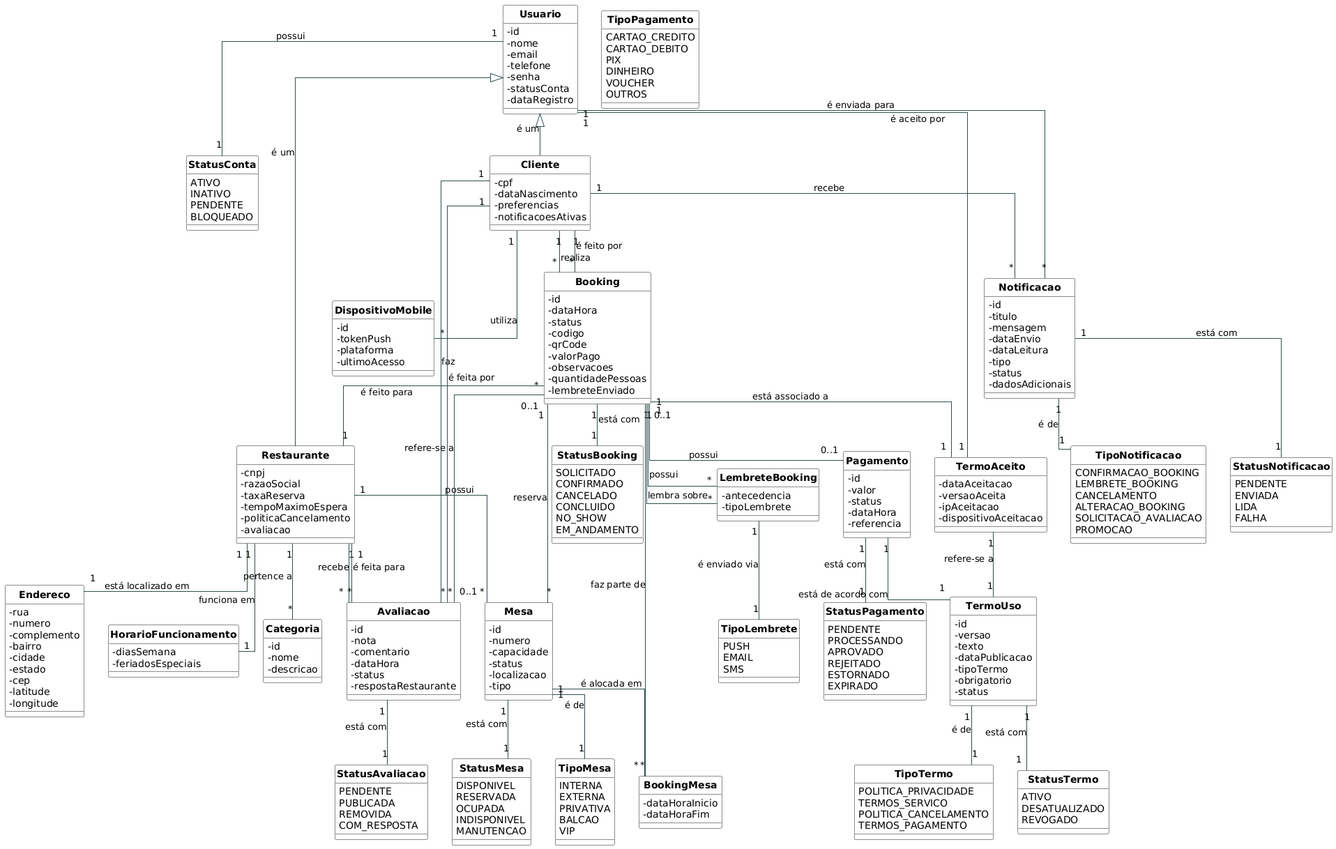
Before: imagens/classes de dominio.png, a diagram exported from PlantUML (mrblackoutz/engenhariaSoftware).
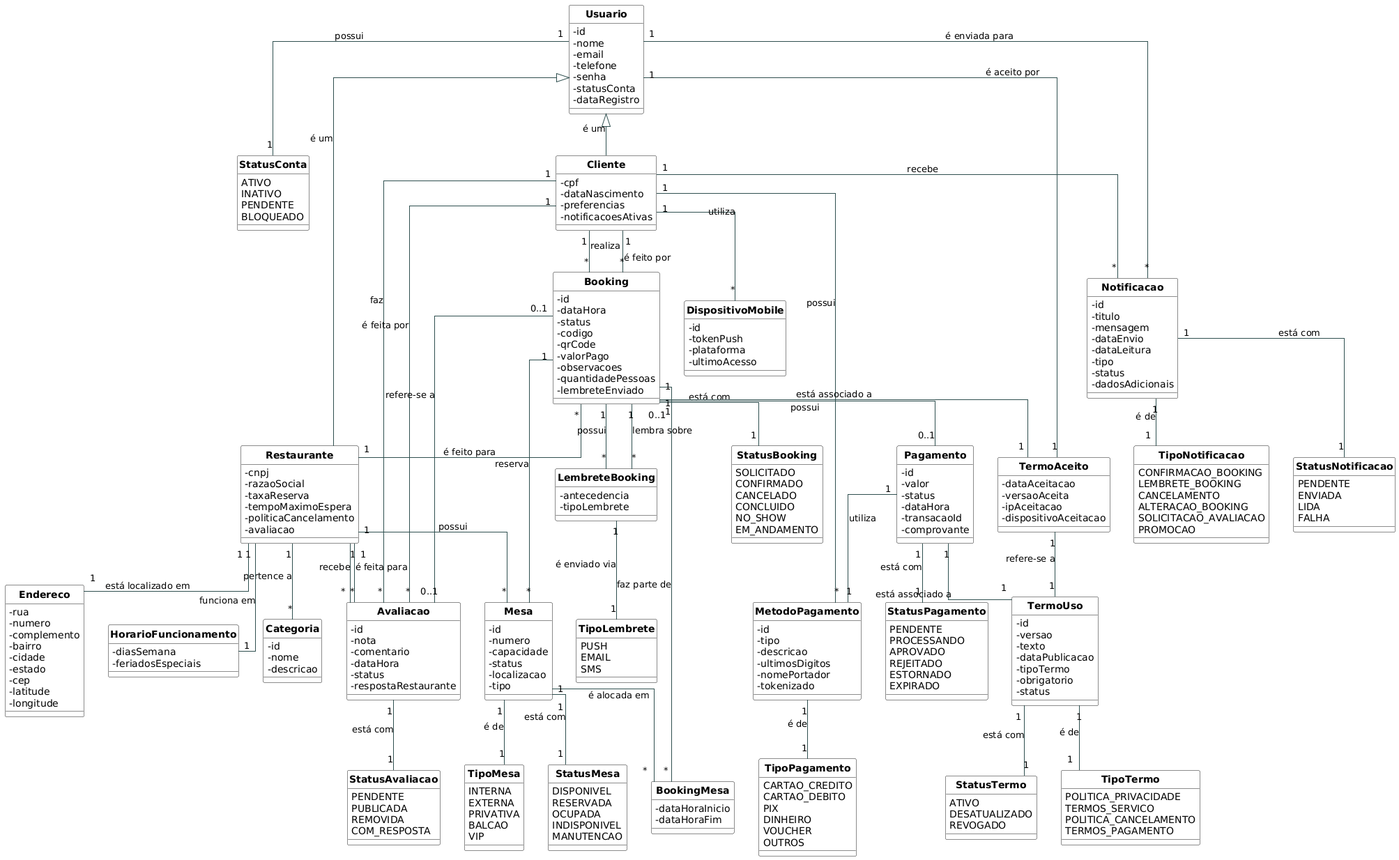
The same diagram one commit later.

Diff of the diagram source:
```diff
@@ -199,7 +199,8 @@
     -valor
     -status
     -dataHora
-    -referencia
+    -transacaoId
+    -comprovante
   }
 
   class StatusPagamento {
@@ -209,6 +210,15 @@
     REJEITADO
     ESTORNADO
     EXPIRADO
+  }
+
+  class MetodoPagamento {
+    -id
+    -tipo
+    -descricao
+    -ultimosDigitos
+    -nomePortador
+    -tokenizado
   }
 
   class TipoPagamento {
@@ -242,6 +252,7 @@
 Usuario "1" -- "1" StatusConta : possui
 Cliente "1" -- "*" Booking : realiza
 Cliente "1" -- "*" DispositivoMobile : utiliza
+Cliente "1" -- "*" MetodoPagamento : possui
 Cliente "1" -- "*" Avaliacao : faz
 Cliente "1" -- "*" Notificacao : recebe
 Restaurante "1" -- "*" Mesa : possui
@@ -264,7 +275,9 @@
 Booking "1" -- "*" LembreteBooking : possui
 
 Pagamento "1" -- "1" StatusPagamento : está com
-Pagamento "1" -- "1" TermoUso : está de acordo com
+Pagamento "1" -- "1" MetodoPagamento : utiliza
+Pagamento "1" -- "1" TermoUso : está associado a
+MetodoPagamento "1" -- "1" TipoPagamento : é de
 
 TermoUso "1" -- "1" TipoTermo : é de
 TermoUso "1" -- "1" StatusTermo : está com
```
